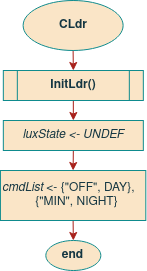
The draw.io diagram report/images/09sw_specification/LS/cldr/constructor.png in ESRGgroup9/slipad, before a commit. Source tidied: cells renumbered, new cells last; positions are measured from the earlier drawing's top-left corner, leaving out a move shared by most shapes. Source of this version:
```xml
<mxGraphModel>
  <root>
    <mxCell id="0" />
    <mxCell id="1" parent="0" />
    <mxCell id="2" style="edgeStyle=orthogonalEdgeStyle;curved=0;rounded=1;sketch=0;jettySize=auto;html=1;exitX=0.5;exitY=1;exitDx=0;exitDy=0;entryX=0.5;entryY=0;entryDx=0;entryDy=0;fontColor=#143642;strokeColor=#A8201A;fillColor=#FAE5C7;" parent="1" edge="1" source="3" target="10">
      <mxGeometry relative="1" as="geometry" />
    </mxCell>
    <mxCell id="3" value="&lt;i&gt;luxState &amp;lt;- UNDEF&lt;/i&gt;&lt;br&gt;&lt;i&gt;&lt;/i&gt;" style="rounded=0;whiteSpace=wrap;html=1;sketch=0;fontColor=#143642;strokeColor=#0F8B8D;fillColor=#FAE5C7;fontFamily=Helvetica;" parent="1" vertex="1">
      <mxGeometry x="2.8" y="120" width="140" height="30" as="geometry" />
    </mxCell>
    <mxCell id="4" style="edgeStyle=orthogonalEdgeStyle;curved=0;rounded=1;sketch=0;jettySize=auto;html=1;exitX=0.5;exitY=1;exitDx=0;exitDy=0;entryX=0.5;entryY=0;entryDx=0;entryDy=0;fontColor=#143642;strokeColor=#A8201A;fillColor=#FAE5C7;" parent="1" edge="1" source="5">
      <mxGeometry relative="1" as="geometry">
        <mxPoint x="72.8" y="70" as="targetPoint" />
      </mxGeometry>
    </mxCell>
    <mxCell id="5" value="CLdr" style="ellipse;whiteSpace=wrap;html=1;fontFamily=Helvetica;fillColor=#FAE5C7;strokeColor=#0F8B8D;fontColor=#143642;fontStyle=1;" parent="1" vertex="1">
      <mxGeometry x="22.6" width="100" height="50" as="geometry" />
    </mxCell>
    <mxCell id="6" value="end" style="ellipse;whiteSpace=wrap;html=1;fontFamily=Helvetica;fillColor=#FAE5C7;strokeColor=#0F8B8D;fontColor=#143642;fontStyle=1;" parent="1" vertex="1">
      <mxGeometry x="45.3" y="240" width="55" height="30" as="geometry" />
    </mxCell>
    <mxCell id="7" style="edgeStyle=orthogonalEdgeStyle;rounded=1;jettySize=auto;html=1;exitX=0.5;exitY=1;exitDx=0;exitDy=0;entryX=0.5;entryY=0;entryDx=0;entryDy=0;strokeColor=#A8201A;" parent="1" edge="1" source="8" target="3">
      <mxGeometry relative="1" as="geometry" />
    </mxCell>
    <mxCell id="8" value="InitLdr()" style="shape=process;whiteSpace=wrap;html=1;backgroundOutline=1;rounded=0;sketch=0;fontColor=#143642;strokeColor=#0F8B8D;fillColor=#FAE5C7;fontStyle=1;" parent="1" vertex="1">
      <mxGeometry x="2.8" y="70" width="140" height="30" as="geometry" />
    </mxCell>
    <mxCell id="9" style="edgeStyle=orthogonalEdgeStyle;rounded=1;jettySize=auto;html=1;exitX=0.5;exitY=1;exitDx=0;exitDy=0;entryX=0.5;entryY=0;entryDx=0;entryDy=0;strokeColor=#A8201A;" parent="1" edge="1" source="10" target="6">
      <mxGeometry relative="1" as="geometry" />
    </mxCell>
    <mxCell id="10" value="&lt;div align=&quot;left&quot;&gt;&lt;i&gt;cmdList&lt;/i&gt; &amp;lt;- {&quot;OFF&quot;, DAY},&lt;/div&gt;&lt;div align=&quot;left&quot;&gt;&lt;span style=&quot;white-space: pre&quot;&gt;&lt;span style=&quot;white-space: pre&quot;&gt; &lt;/span&gt;         &lt;/span&gt;{&quot;MIN&quot;, NIGHT}&lt;br&gt;&lt;/div&gt;" style="rounded=0;whiteSpace=wrap;html=1;sketch=0;fontColor=#143642;strokeColor=#0F8B8D;fillColor=#FAE5C7;fontFamily=Helvetica;align=left;" parent="1" vertex="1">
      <mxGeometry x="-0.1" y="170" width="145.4" height="50" as="geometry" />
    </mxCell>
  </root>
</mxGraphModel>
```
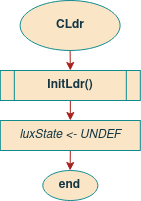
The same diagram one commit later.

What changed in the source:
```diff
@@ -2,8 +2,10 @@
   <root>
     <mxCell id="0" />
     <mxCell id="1" parent="0" />
-    <mxCell id="2" style="edgeStyle=orthogonalEdgeStyle;curved=0;rounded=1;sketch=0;jettySize=auto;html=1;exitX=0.5;exitY=1;exitDx=0;exitDy=0;entryX=0.5;entryY=0;entryDx=0;entryDy=0;fontColor=#143642;strokeColor=#A8201A;fillColor=#FAE5C7;" parent="1" edge="1" source="3" target="10">
-      <mxGeometry relative="1" as="geometry" />
+    <mxCell id="2" style="edgeStyle=orthogonalEdgeStyle;curved=0;rounded=1;sketch=0;jettySize=auto;html=1;exitX=0.5;exitY=1;exitDx=0;exitDy=0;entryX=0.5;entryY=0;entryDx=0;entryDy=0;fontColor=#143642;strokeColor=#A8201A;fillColor=#FAE5C7;" parent="1" edge="1" source="3">
+      <mxGeometry relative="1" as="geometry">
+        <mxPoint x="72.6" y="170" as="targetPoint" />
+      </mxGeometry>
     </mxCell>
     <mxCell id="3" value="&lt;i&gt;luxState &amp;lt;- UNDEF&lt;/i&gt;&lt;br&gt;&lt;i&gt;&lt;/i&gt;" style="rounded=0;whiteSpace=wrap;html=1;sketch=0;fontColor=#143642;strokeColor=#0F8B8D;fillColor=#FAE5C7;fontFamily=Helvetica;" parent="1" vertex="1">
       <mxGeometry x="2.8" y="120" width="140" height="30" as="geometry" />
@@ -17,7 +19,7 @@
       <mxGeometry x="22.6" width="100" height="50" as="geometry" />
     </mxCell>
     <mxCell id="6" value="end" style="ellipse;whiteSpace=wrap;html=1;fontFamily=Helvetica;fillColor=#FAE5C7;strokeColor=#0F8B8D;fontColor=#143642;fontStyle=1;" parent="1" vertex="1">
-      <mxGeometry x="45.3" y="240" width="55" height="30" as="geometry" />
+      <mxGeometry x="45.3" y="170" width="55" height="30" as="geometry" />
     </mxCell>
     <mxCell id="7" style="edgeStyle=orthogonalEdgeStyle;rounded=1;jettySize=auto;html=1;exitX=0.5;exitY=1;exitDx=0;exitDy=0;entryX=0.5;entryY=0;entryDx=0;entryDy=0;strokeColor=#A8201A;" parent="1" edge="1" source="8" target="3">
       <mxGeometry relative="1" as="geometry" />
@@ -25,11 +27,5 @@
     <mxCell id="8" value="InitLdr()" style="shape=process;whiteSpace=wrap;html=1;backgroundOutline=1;rounded=0;sketch=0;fontColor=#143642;strokeColor=#0F8B8D;fillColor=#FAE5C7;fontStyle=1;" parent="1" vertex="1">
       <mxGeometry x="2.8" y="70" width="140" height="30" as="geometry" />
     </mxCell>
-    <mxCell id="9" style="edgeStyle=orthogonalEdgeStyle;rounded=1;jettySize=auto;html=1;exitX=0.5;exitY=1;exitDx=0;exitDy=0;entryX=0.5;entryY=0;entryDx=0;entryDy=0;strokeColor=#A8201A;" parent="1" edge="1" source="10" target="6">
-      <mxGeometry relative="1" as="geometry" />
-    </mxCell>
-    <mxCell id="10" value="&lt;div align=&quot;left&quot;&gt;&lt;i&gt;cmdList&lt;/i&gt; &amp;lt;- {&quot;OFF&quot;, DAY},&lt;/div&gt;&lt;div align=&quot;left&quot;&gt;&lt;span style=&quot;white-space: pre&quot;&gt;&lt;span style=&quot;white-space: pre&quot;&gt; &lt;/span&gt;         &lt;/span&gt;{&quot;MIN&quot;, NIGHT}&lt;br&gt;&lt;/div&gt;" style="rounded=0;whiteSpace=wrap;html=1;sketch=0;fontColor=#143642;strokeColor=#0F8B8D;fillColor=#FAE5C7;fontFamily=Helvetica;align=left;" parent="1" vertex="1">
-      <mxGeometry x="-0.1" y="170" width="145.4" height="50" as="geometry" />
-    </mxCell>
   </root>
 </mxGraphModel>
```
